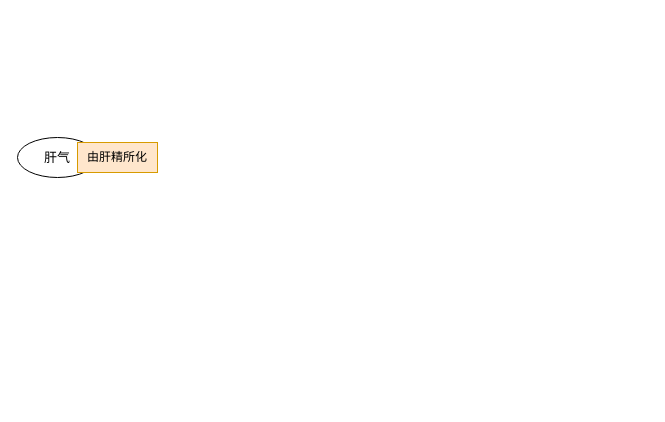
This is 医门推敲叁/中医藏象学说/藏象学说之肝/肝精、精气/肝气.drawio from 328507133/chart, a draw.io file, before an edit. Source tidied: cells renumbered, new cells numbered last; positions are measured from the earlier drawing's top-left corner, leaving out a move shared by most shapes. Both pictures are drawn from the tidied source at 100%, with x=0, y=0 at pixel (17, 137).
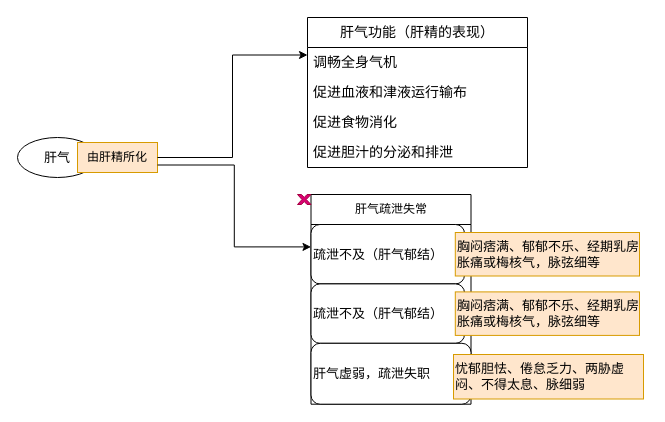
The same page after the edit.

Unchanged cells that the change refers to:
```xml
<mxCell id="5" value="由肝精所化" style="text;html=1;strokeColor=#d79b00;fillColor=#ffe6cc;align=center;verticalAlign=middle;whiteSpace=wrap;rounded=0;" parent="2" vertex="1">
  <mxGeometry x="60" y="5" width="80" height="30" as="geometry" />
</mxCell>
```

Diff of the diagram source:
```diff
@@
+    <mxCell id="6" value="肝气功能（肝精的表现）" style="swimlane;fontStyle=0;horizontal=1;startSize=30;whiteSpace=wrap;html=1;fontSize=14;" parent="1" vertex="1">
+      <mxGeometry x="290" y="-120" width="220" height="150" as="geometry" />
+    </mxCell>
+    <mxCell id="7" value="调畅全身气机" style="text;strokeColor=none;fillColor=none;align=left;verticalAlign=middle;spacingLeft=4;spacingRight=4;overflow=hidden;whiteSpace=wrap;html=1;fontSize=14;" parent="6" vertex="1">
+      <mxGeometry y="30" width="220" height="30" as="geometry" />
+    </mxCell>
+    <mxCell id="8" value="促进血液和津液运行输布" style="text;strokeColor=none;fillColor=none;align=left;verticalAlign=middle;spacingLeft=4;spacingRight=4;overflow=hidden;whiteSpace=wrap;html=1;fontSize=14;" parent="6" vertex="1">
+      <mxGeometry y="60" width="220" height="30" as="geometry" />
+    </mxCell>
+    <mxCell id="9" value="促进食物消化" style="text;strokeColor=none;fillColor=none;align=left;verticalAlign=middle;spacingLeft=4;spacingRight=4;overflow=hidden;whiteSpace=wrap;html=1;fontSize=14;" parent="6" vertex="1">
+      <mxGeometry y="90" width="220" height="30" as="geometry" />
+    </mxCell>
+    <mxCell id="10" value="促进胆汁的分泌和排泄" style="text;strokeColor=none;fillColor=none;align=left;verticalAlign=middle;spacingLeft=4;spacingRight=4;overflow=hidden;whiteSpace=wrap;html=1;fontSize=14;" parent="6" vertex="1">
+      <mxGeometry y="120" width="220" height="30" as="geometry" />
+    </mxCell>
+    <mxCell id="11" style="edgeStyle=orthogonalEdgeStyle;rounded=0;jettySize=auto;html=1;exitX=1;exitY=0.5;exitDx=0;exitDy=0;entryX=0;entryY=0.25;entryDx=0;entryDy=0;" parent="1" edge="1" source="5" target="6">
+      <mxGeometry relative="1" as="geometry" />
+    </mxCell>
+    <mxCell id="12" style="group;" parent="1" vertex="1">
+      <mxGeometry x="280" y="57" width="350" height="180" as="geometry" />
+    </mxCell>
+    <mxCell id="13" value="肝气疏泄失常" style="swimlane;fontStyle=0;horizontal=1;startSize=30;whiteSpace=wrap;html=1;" parent="12" vertex="1">
+      <mxGeometry x="13.5" width="160" height="209.7" as="geometry" />
+    </mxCell>
+    <mxCell id="14" style="group;" parent="13" vertex="1">
+      <mxGeometry y="30" width="160" height="59.4" as="geometry" />
+    </mxCell>
+    <mxCell id="15" value="疏泄不及（肝气郁结）" style="rounded=1;whiteSpace=wrap;html=1;fontSize=13;align=left;" parent="14" vertex="1">
+      <mxGeometry width="153.5" height="59.4" as="geometry" />
+    </mxCell>
+    <mxCell id="16" value="胸闷痞满、郁郁不乐、经期乳房胀痛或梅核气，脉弦细等" style="text;html=1;strokeColor=#d79b00;fillColor=#ffe6cc;align=left;verticalAlign=middle;whiteSpace=wrap;rounded=0;fontSize=13;" parent="14" vertex="1">
+      <mxGeometry x="144.3" y="8" width="184.2" height="43.5" as="geometry" />
+    </mxCell>
+    <mxCell id="17" style="group;" parent="13" vertex="1">
+      <mxGeometry y="89.4" width="160" height="59.4" as="geometry" />
+    </mxCell>
+    <mxCell id="18" value="疏泄不及（肝气郁结）" style="rounded=1;whiteSpace=wrap;html=1;fontSize=13;align=left;" parent="17" vertex="1">
+      <mxGeometry width="153.5" height="59.4" as="geometry" />
+    </mxCell>
+    <mxCell id="19" value="胸闷痞满、郁郁不乐、经期乳房胀痛或梅核气，脉弦细等" style="text;html=1;strokeColor=#d79b00;fillColor=#ffe6cc;align=left;verticalAlign=middle;whiteSpace=wrap;rounded=0;fontSize=13;" parent="17" vertex="1">
+      <mxGeometry x="144.3" y="8" width="184.2" height="43.5" as="geometry" />
+    </mxCell>
+    <mxCell id="20" value="肝气虚弱，疏泄失职" style="rounded=1;whiteSpace=wrap;html=1;fontSize=13;align=left;" parent="13" vertex="1">
+      <mxGeometry y="148.8" width="160" height="60.9" as="geometry" />
+    </mxCell>
+    <mxCell id="21" style="verticalLabelPosition=bottom;verticalAlign=top;html=1;shape=mxgraph.basic.x;fontColor=#ffffff;fillColor=#d80073;strokeColor=#A50040;" parent="12" vertex="1">
+      <mxGeometry width="13.5" height="10" as="geometry" />
+    </mxCell>
+    <mxCell id="22" style="edgeStyle=orthogonalEdgeStyle;rounded=0;jettySize=auto;html=1;exitX=1;exitY=0.75;exitDx=0;exitDy=0;entryX=0;entryY=0.25;entryDx=0;entryDy=0;" parent="1" edge="1" source="5" target="13">
+      <mxGeometry relative="1" as="geometry" />
+    </mxCell>
+    <mxCell id="23" value="忧郁胆怯、倦怠乏力、两胁虚闷、不得太息、脉细弱" style="text;html=1;strokeColor=#d79b00;fillColor=#ffe6cc;align=left;verticalAlign=middle;whiteSpace=wrap;rounded=0;fontSize=13;" parent="1" vertex="1">
+      <mxGeometry x="436" y="217" width="190" height="44.5" as="geometry" />
+    </mxCell>
```
